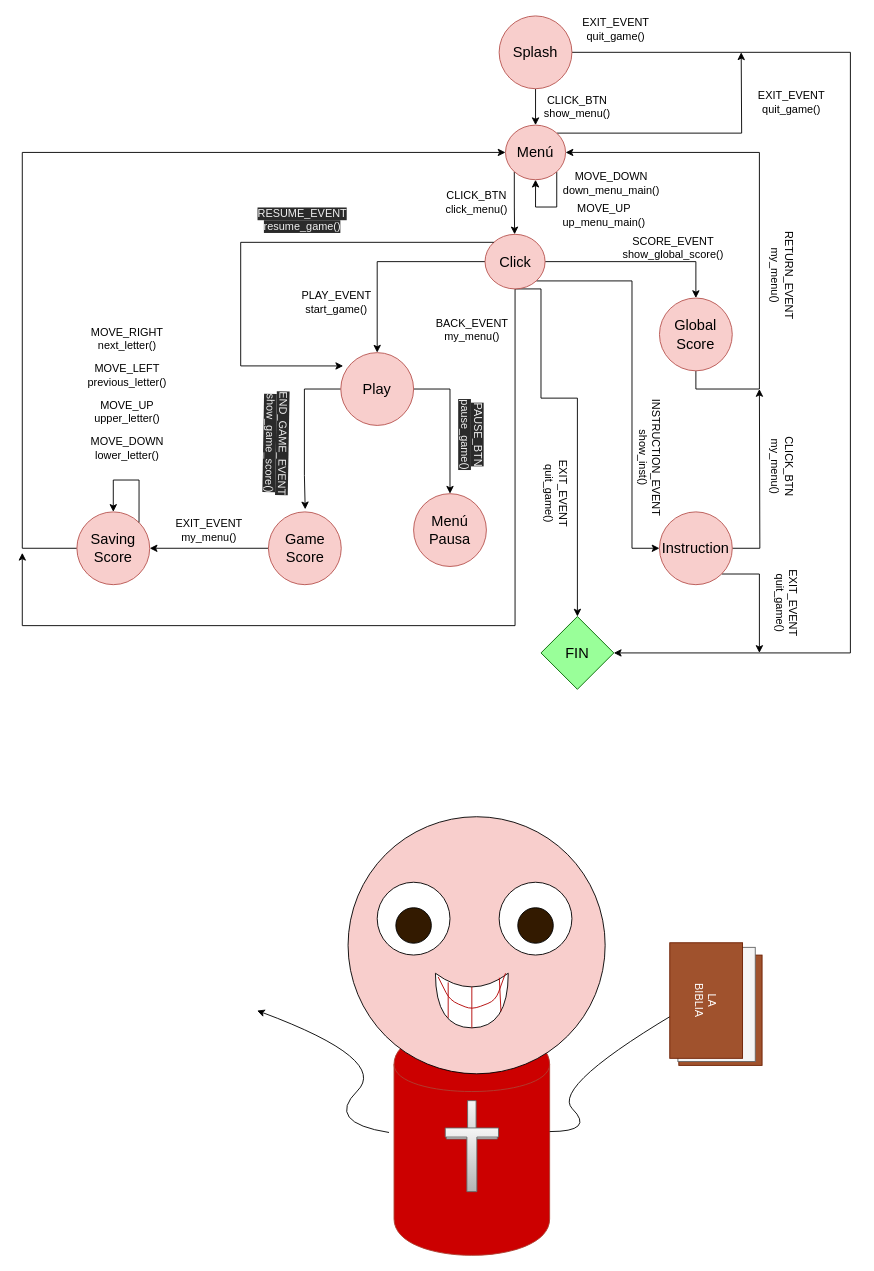
Earlier version of the draw.io diagram some files/fsm_sketch.dio (KevinWahle/Programacion-1-TP-Integrador). Source tidied: cells renumbered, new cells numbered last; positions are measured from the earlier drawing's top-left corner, leaving out a move shared by most shapes. Both pictures are drawn from the tidied source at 91%, with x=0, y=0 at pixel (22, 15).
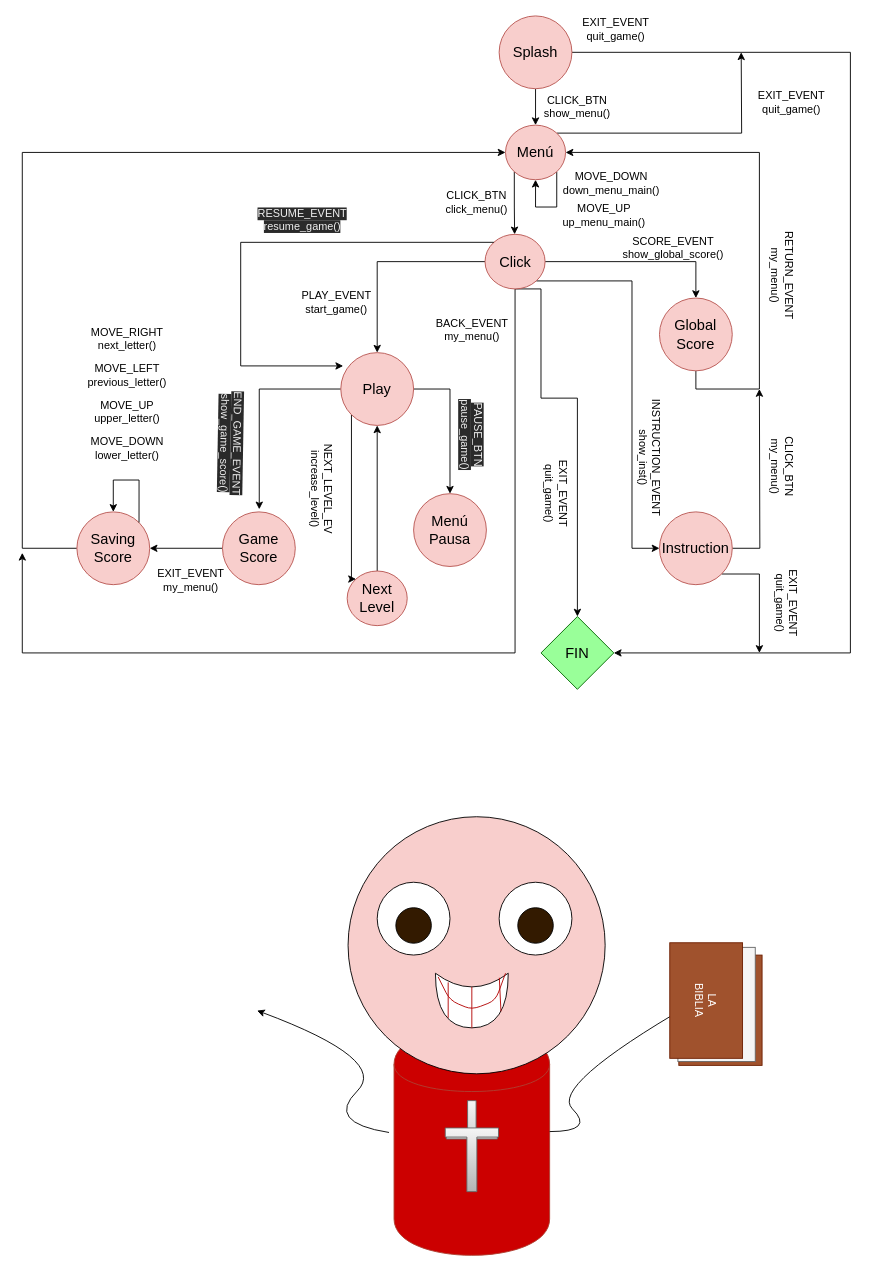
After the change.

The change refers to these unchanged cells:
```xml
<mxCell id="17" value="Play" style="ellipse;whiteSpace=wrap;html=1;fillColor=#f8cecc;strokeColor=#b85450;fontColor=#000000;fontSize=16;" parent="1" vertex="1">
  <mxGeometry x="350" y="370" width="80" height="80" as="geometry" />
</mxCell>
<mxCell id="41" value="Click" style="ellipse;whiteSpace=wrap;html=1;fillColor=#f8cecc;strokeColor=#b85450;fontColor=#000000;fontSize=16;" parent="1" vertex="1">
  <mxGeometry x="508.5" y="240" width="66" height="60" as="geometry" />
</mxCell>
```

What changed in the source:
```diff
@@
     <mxCell id="16" style="edgeStyle=orthogonalEdgeStyle;rounded=0;jettySize=auto;html=1;entryX=0.505;entryY=-0.035;entryDx=0;entryDy=0;entryPerimeter=0;" parent="1" edge="1" source="17" target="48">
       <mxGeometry relative="1" as="geometry">
         <Array as="points">
-          <mxPoint x="310" y="410" />
-          <mxPoint x="310" y="505" />
+          <mxPoint x="260" y="410" />
         </Array>
       </mxGeometry>
     </mxCell>
+    <mxCell id="71" style="edgeStyle=orthogonalEdgeStyle;rounded=0;jettySize=auto;html=1;exitX=0;exitY=1;exitDx=0;exitDy=0;entryX=0;entryY=0;entryDx=0;entryDy=0;" parent="1" edge="1" source="17" target="73">
+      <mxGeometry relative="1" as="geometry">
+        <Array as="points">
+          <mxPoint x="362" y="619" />
+        </Array>
+      </mxGeometry>
+    </mxCell>
@@
     <mxCell id="40" style="edgeStyle=orthogonalEdgeStyle;rounded=0;jettySize=auto;html=1;exitX=0.5;exitY=1;exitDx=0;exitDy=0;" parent="1" edge="1" source="41">
       <mxGeometry relative="1" as="geometry">
         <mxPoint y="590" as="targetPoint" />
         <Array as="points">
-          <mxPoint x="541" y="670" />
-          <mxPoint y="670" />
+          <mxPoint x="541" y="700" />
+          <mxPoint y="700" />
         </Array>
       </mxGeometry>
     </mxCell>
@@
     <mxCell id="48" value="Game&lt;br&gt;Score" style="ellipse;whiteSpace=wrap;html=1;fillColor=#f8cecc;strokeColor=#b85450;fontColor=#000000;fontSize=16;" parent="1" vertex="1">
-      <mxGeometry x="270.5" y="545" width="80" height="80" as="geometry" />
+      <mxGeometry x="220" y="545" width="80" height="80" as="geometry" />
     </mxCell>
@@
     <mxCell id="50" value="&lt;span style=&quot;color: rgb(240 , 240 , 240) ; font-family: &amp;#34;helvetica&amp;#34; ; font-size: 12px ; font-style: normal ; font-weight: 400 ; letter-spacing: normal ; text-indent: 0px ; text-transform: none ; word-spacing: 0px ; background-color: rgb(42 , 42 , 42) ; float: none ; display: inline&quot;&gt;END_GAME_EVENT&lt;/span&gt;&lt;br style=&quot;color: rgb(240 , 240 , 240) ; font-family: &amp;#34;helvetica&amp;#34; ; font-size: 12px ; font-style: normal ; font-weight: 400 ; letter-spacing: normal ; text-indent: 0px ; text-transform: none ; word-spacing: 0px ; background-color: rgb(42 , 42 , 42)&quot;&gt;&lt;span style=&quot;color: rgb(240 , 240 , 240) ; font-family: &amp;#34;helvetica&amp;#34; ; font-size: 12px ; font-style: normal ; font-weight: 400 ; letter-spacing: normal ; text-indent: 0px ; text-transform: none ; word-spacing: 0px ; background-color: rgb(42 , 42 , 42) ; float: none ; display: inline&quot;&gt;show_game_score()&lt;/span&gt;" style="text;whiteSpace=wrap;html=1;align=center;rotation=91;" parent="1" vertex="1">
-      <mxGeometry x="230" y="450" width="100" height="40" as="geometry" />
+      <mxGeometry x="180" y="450" width="100" height="40" as="geometry" />
     </mxCell>
@@
     <mxCell id="53" value="EXIT_EVENT&lt;br&gt;my_menu()" style="text;html=1;align=center;verticalAlign=middle;" parent="1" vertex="1">
-      <mxGeometry x="160" y="550" width="90" height="30" as="geometry" />
+      <mxGeometry x="140" y="605" width="90" height="30" as="geometry" />
     </mxCell>
@@
+    <mxCell id="72" style="edgeStyle=orthogonalEdgeStyle;rounded=0;jettySize=auto;html=1;exitX=0.5;exitY=0;exitDx=0;exitDy=0;entryX=0.5;entryY=1;entryDx=0;entryDy=0;" parent="1" edge="1" source="73" target="17">
+      <mxGeometry relative="1" as="geometry" />
+    </mxCell>
+    <mxCell id="73" value="Next&lt;br&gt;Level" style="ellipse;whiteSpace=wrap;html=1;fillColor=#f8cecc;strokeColor=#b85450;fontColor=#000000;fontSize=16;" parent="1" vertex="1">
+      <mxGeometry x="357" y="610" width="66" height="60" as="geometry" />
+    </mxCell>
+    <mxCell id="74" value="&lt;font face=&quot;helvetica&quot;&gt;NEXT_LEVEL_EV&lt;br&gt;increase_level()&lt;br&gt;&lt;/font&gt;" style="text;whiteSpace=wrap;html=1;align=center;rotation=90;" parent="1" vertex="1">
+      <mxGeometry x="280" y="500" width="100" height="40" as="geometry" />
+    </mxCell>
```
